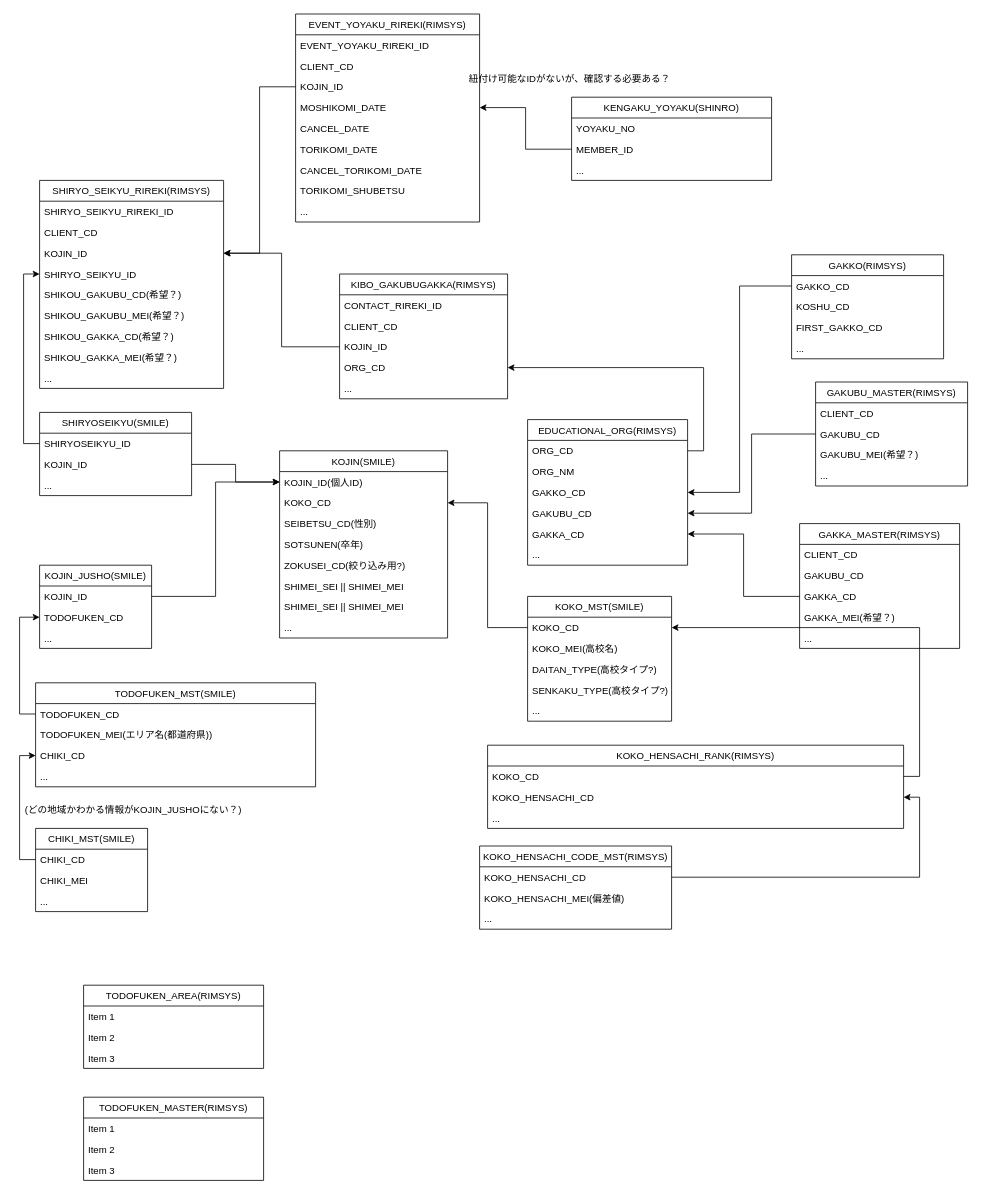
The draw.io diagram page "Page-6" (6 of 6) of learning bloc.drawio in newuniverse/diagrams, before the edit. Source tidied: cells renumbered, new cells numbered last; positions are measured from the earlier drawing's top-left corner, leaving out a move shared by most shapes. Both pictures are drawn from the tidied source at 80%, with x=0, y=0 at pixel (23, 14).
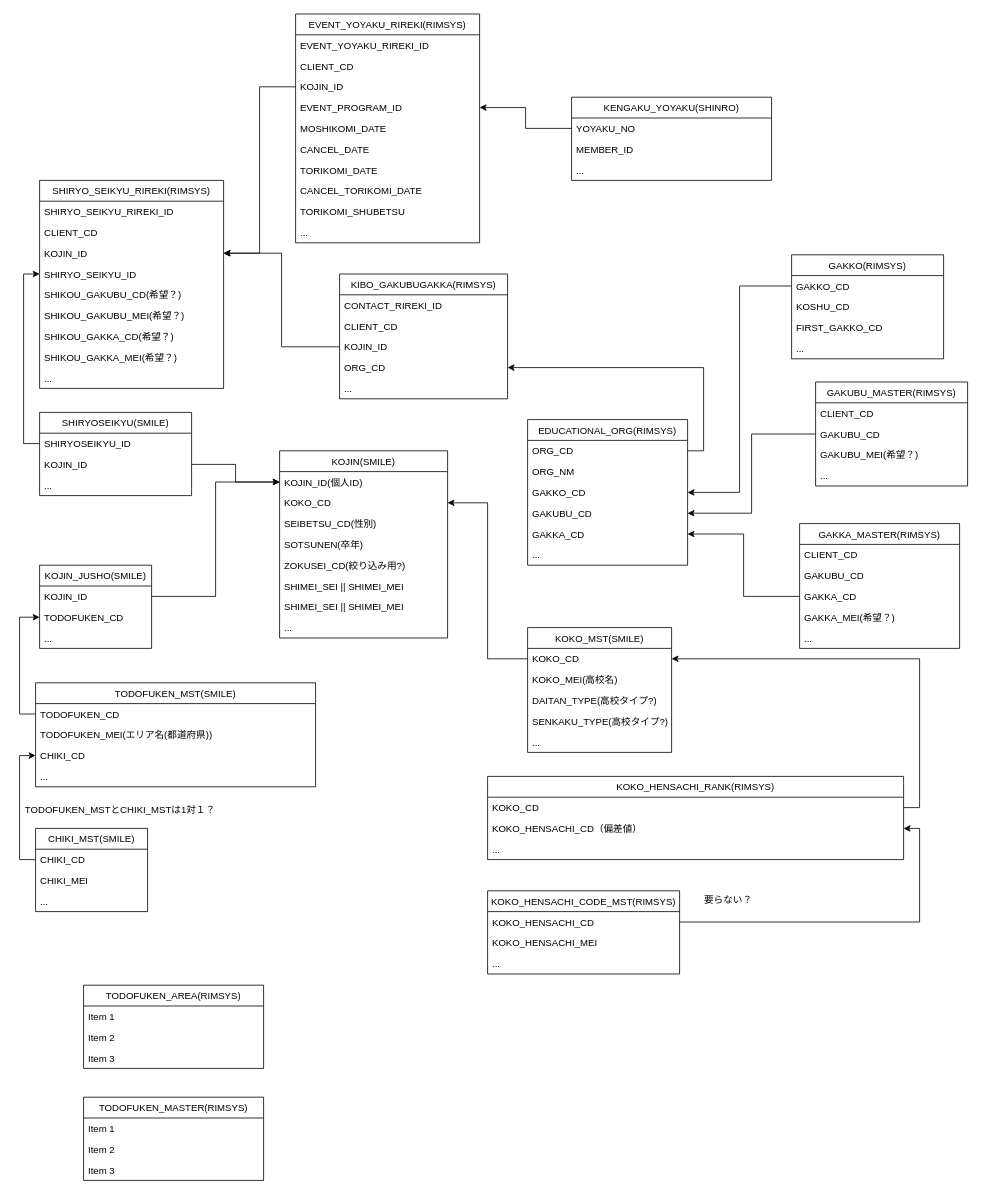
Above is the later version.

Unchanged cells that the change refers to:
```xml
<mxCell id="74" value="YOYAKU_NO" style="text;strokeColor=none;fillColor=none;align=left;verticalAlign=top;spacingLeft=4;spacingRight=4;overflow=hidden;points=[[0,0.5],[1,0.5]];portConstraint=eastwest;" parent="73" vertex="1">
  <mxGeometry y="26" width="250" height="26" as="geometry" />
</mxCell>
<mxCell id="75" value="MEMBER_ID" style="text;strokeColor=none;fillColor=none;align=left;verticalAlign=top;spacingLeft=4;spacingRight=4;overflow=hidden;points=[[0,0.5],[1,0.5]];portConstraint=eastwest;" parent="73" vertex="1">
  <mxGeometry y="52" width="250" height="26" as="geometry" />
</mxCell>
```

The edit, as a diff of the source:
```diff
@@
     <mxCell id="11" value="KOKO_MST(SMILE)" style="swimlane;fontStyle=0;horizontal=1;startSize=26;fillColor=none;" parent="1" vertex="1">
-      <mxGeometry x="630" y="728" width="180" height="156" as="geometry" />
+      <mxGeometry x="630" y="767" width="180" height="156" as="geometry" />
     </mxCell>
@@
     <mxCell id="34" value="KOKO_HENSACHI_RANK(RIMSYS)" style="swimlane;fontStyle=0;horizontal=1;startSize=26;fillColor=none;" parent="1" vertex="1">
-      <mxGeometry x="580" y="914" width="520" height="104" as="geometry" />
+      <mxGeometry x="580" y="953" width="520" height="104" as="geometry" />
     </mxCell>
@@
-    <mxCell id="36" value="KOKO_HENSACHI_CD" style="text;strokeColor=none;fillColor=none;align=left;verticalAlign=top;spacingLeft=4;spacingRight=4;overflow=hidden;points=[[0,0.5],[1,0.5]];portConstraint=eastwest;" parent="34" vertex="1">
+    <mxCell id="36" value="KOKO_HENSACHI_CD（偏差値）" style="text;strokeColor=none;fillColor=none;align=left;verticalAlign=top;spacingLeft=4;spacingRight=4;overflow=hidden;points=[[0,0.5],[1,0.5]];portConstraint=eastwest;" parent="34" vertex="1">
       <mxGeometry y="52" width="520" height="26" as="geometry" />
     </mxCell>
@@
     <mxCell id="38" value="KOKO_HENSACHI_CODE_MST(RIMSYS)" style="swimlane;fontStyle=0;horizontal=1;startSize=26;fillColor=none;" parent="1" vertex="1">
-      <mxGeometry x="570" y="1040" width="240" height="104" as="geometry" />
+      <mxGeometry x="580" y="1096" width="240" height="104" as="geometry" />
     </mxCell>
@@
-    <mxCell id="40" value="KOKO_HENSACHI_MEI(偏差値)" style="text;strokeColor=none;fillColor=none;align=left;verticalAlign=top;spacingLeft=4;spacingRight=4;overflow=hidden;" parent="38" vertex="1">
+    <mxCell id="40" value="KOKO_HENSACHI_MEI" style="text;strokeColor=none;fillColor=none;align=left;verticalAlign=top;spacingLeft=4;spacingRight=4;overflow=hidden;" parent="38" vertex="1">
       <mxGeometry y="52" width="240" height="26" as="geometry" />
     </mxCell>
@@
     <mxCell id="77" value="EVENT_YOYAKU_RIREKI(RIMSYS)" style="swimlane;fontStyle=0;horizontal=1;startSize=26;fillColor=none;" parent="1" vertex="1">
-      <mxGeometry x="340" width="230" height="260" as="geometry" />
+      <mxGeometry x="340" width="230" height="286" as="geometry" />
     </mxCell>
@@
+    <mxCell id="120" value="EVENT_PROGRAM_ID" style="text;strokeColor=none;fillColor=none;align=left;verticalAlign=top;spacingLeft=4;spacingRight=4;overflow=hidden;points=[[0,0.5],[1,0.5]];portConstraint=eastwest;" parent="77" vertex="1">
+      <mxGeometry y="104" width="230" height="26" as="geometry" />
+    </mxCell>
     <mxCell id="81" value="MOSHIKOMI_DATE" style="text;strokeColor=none;fillColor=none;align=left;verticalAlign=top;spacingLeft=4;spacingRight=4;overflow=hidden;points=[[0,0.5],[1,0.5]];portConstraint=eastwest;" parent="77" vertex="1">
-      <mxGeometry y="104" width="230" height="26" as="geometry" />
+      <mxGeometry y="130" width="230" height="26" as="geometry" />
     </mxCell>
     <mxCell id="82" value="CANCEL_DATE" style="text;strokeColor=none;fillColor=none;align=left;verticalAlign=top;spacingLeft=4;spacingRight=4;overflow=hidden;" parent="77" vertex="1">
-      <mxGeometry y="130" width="230" height="26" as="geometry" />
+      <mxGeometry y="156" width="230" height="26" as="geometry" />
     </mxCell>
     <mxCell id="83" value="TORIKOMI_DATE" style="text;strokeColor=none;fillColor=none;align=left;verticalAlign=top;spacingLeft=4;spacingRight=4;overflow=hidden;" parent="77" vertex="1">
-      <mxGeometry y="156" width="230" height="26" as="geometry" />
+      <mxGeometry y="182" width="230" height="26" as="geometry" />
     </mxCell>
     <mxCell id="84" value="CANCEL_TORIKOMI_DATE" style="text;strokeColor=none;fillColor=none;align=left;verticalAlign=top;spacingLeft=4;spacingRight=4;overflow=hidden;" parent="77" vertex="1">
-      <mxGeometry y="182" width="230" height="26" as="geometry" />
+      <mxGeometry y="208" width="230" height="26" as="geometry" />
     </mxCell>
     <mxCell id="85" value="TORIKOMI_SHUBETSU" style="text;strokeColor=none;fillColor=none;align=left;verticalAlign=top;spacingLeft=4;spacingRight=4;overflow=hidden;" parent="77" vertex="1">
-      <mxGeometry y="208" width="230" height="26" as="geometry" />
+      <mxGeometry y="234" width="230" height="26" as="geometry" />
     </mxCell>
     <mxCell id="86" value="..." style="text;strokeColor=none;fillColor=none;align=left;verticalAlign=top;spacingLeft=4;spacingRight=4;overflow=hidden;" parent="77" vertex="1">
-      <mxGeometry y="234" width="230" height="26" as="geometry" />
+      <mxGeometry y="260" width="230" height="26" as="geometry" />
     </mxCell>
@@
-    <mxCell id="97" value="紐付け可能なIDがないが、確認する必要ある？" style="text;html=1;align=left;verticalAlign=top;spacingTop=-4;" parent="1" vertex="1">
-      <mxGeometry x="555" y="71" width="270" height="20" as="geometry" />
-    </mxCell>
@@
-    <mxCell id="110" value="(どの地域かわかる情報がKOJIN_JUSHOにない？)" style="text;html=1;align=left;verticalAlign=top;spacingTop=-4;" parent="1" vertex="1">
-      <mxGeometry y="985" width="290" height="20" as="geometry" />
+    <mxCell id="110" value="TODOFUKEN_MSTとCHIKI_MSTは1対１？" style="text;html=1;align=left;verticalAlign=top;spacingTop=-4;" parent="1" vertex="1">
+      <mxGeometry y="985" width="250" height="20" as="geometry" />
     </mxCell>
-    <mxCell id="111" style="edgeStyle=orthogonalEdgeStyle;rounded=0;jettySize=auto;html=1;exitX=0;exitY=0.5;exitDx=0;exitDy=0;entryX=1;entryY=0.5;entryDx=0;entryDy=0;" parent="1" edge="1" source="75" target="81">
-      <mxGeometry relative="1" as="geometry" />
-    </mxCell>
@@
+    <mxCell id="121" value="要らない？" style="text;html=1;align=left;verticalAlign=top;spacingTop=-4;" parent="1" vertex="1">
+      <mxGeometry x="849" y="1098" width="80" height="20" as="geometry" />
+    </mxCell>
+    <mxCell id="122" style="edgeStyle=orthogonalEdgeStyle;rounded=0;jettySize=auto;html=1;exitX=0;exitY=0.5;exitDx=0;exitDy=0;" parent="1" edge="1" source="74" target="120">
+      <mxGeometry relative="1" as="geometry" />
+    </mxCell>
```
